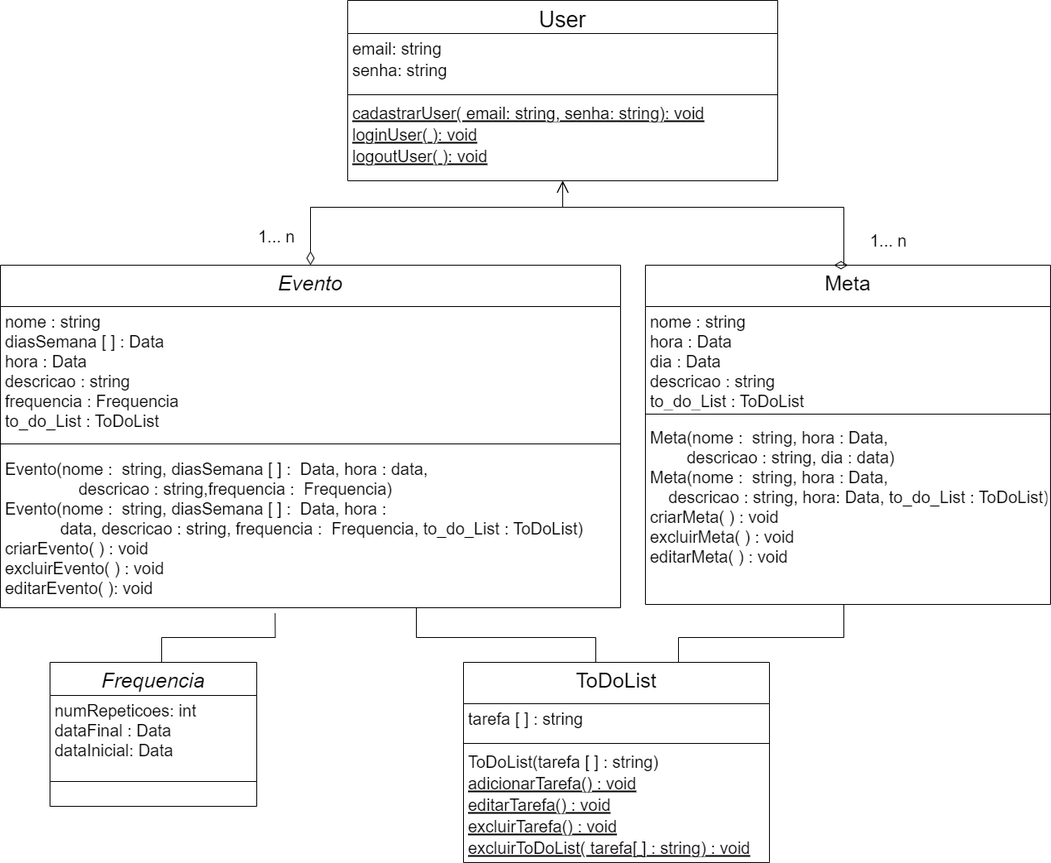
Before: docs/produto-projeto/diagrama-de-classes/FGAgenda_v1.drawio.png, a diagram exported from draw.io (TaynaraCris/2021.2-FGAgenda). Source tidied: cells renumbered, new cells last; positions are measured from the earlier drawing's top-left corner, leaving out a move shared by most shapes. Source of this version:
```xml
<mxGraphModel>
  <root>
    <mxCell id="0" />
    <mxCell id="1" parent="0" />
    <mxCell id="2" value="Evento" style="swimlane;fontStyle=2;align=center;verticalAlign=top;horizontal=1;startSize=50;rounded=0;shadow=0;strokeWidth=1;fontSize=25;" parent="1" vertex="1">
      <mxGeometry y="320" width="750" height="414" as="geometry" />
    </mxCell>
    <mxCell id="3" value="nome : string&#10;diasSemana [ ] : Data&#10;hora : Data&#10;descricao : string&#10;frequencia : Frequencia&#10;to_do_List : ToDoList" style="text;align=left;verticalAlign=top;spacingLeft=4;spacingRight=4;overflow=hidden;rounded=0;shadow=0;html=0;fontSize=20;" parent="2" vertex="1">
      <mxGeometry y="50" width="750" height="154" as="geometry" />
    </mxCell>
    <mxCell id="4" style="line;html=1;strokeWidth=1;align=left;verticalAlign=middle;spacingTop=-1;spacingLeft=3;spacingRight=3;labelPosition=right;fontSize=20;" parent="2" vertex="1">
      <mxGeometry y="204" width="750" height="24" as="geometry" />
    </mxCell>
    <mxCell id="5" value="Evento(nome :  string, diasSemana [ ] :  Data, hora : data, &#10;                descricao : string,frequencia :  Frequencia)&#10;Evento(nome :  string, diasSemana [ ] :  Data, hora : &#10;            data, descricao : string, frequencia :  Frequencia, to_do_List : ToDoList)&#10;criarEvento( ) : void&#10;excluirEvento( ) : void&#10;editarEvento( ): void" style="text;align=left;verticalAlign=top;spacingLeft=4;spacingRight=4;overflow=hidden;points=[[0,0.5],[1,0.5]];portConstraint=eastwest;fontSize=20;" parent="2" vertex="1">
      <mxGeometry y="228" width="750" height="186" as="geometry" />
    </mxCell>
    <mxCell id="6" value="ToDoList" style="swimlane;fontStyle=0;align=center;verticalAlign=top;horizontal=1;startSize=50;rounded=0;shadow=0;strokeWidth=1;fontSize=25;" parent="1" vertex="1">
      <mxGeometry x="560" y="800" width="370" height="242" as="geometry" />
    </mxCell>
    <mxCell id="7" value="tarefa [ ] : string " style="text;align=left;verticalAlign=top;spacingLeft=4;spacingRight=4;overflow=hidden;fontSize=20;" parent="6" vertex="1">
      <mxGeometry y="50" width="370" height="44" as="geometry" />
    </mxCell>
    <mxCell id="8" style="line;html=1;strokeWidth=1;align=left;verticalAlign=middle;spacingTop=-1;spacingLeft=3;spacingRight=3;labelPosition=right;fontSize=20;" parent="6" vertex="1">
      <mxGeometry y="94" width="370" height="8" as="geometry" />
    </mxCell>
    <mxCell id="9" value="ToDoList(tarefa [ ] : string)" style="text;align=left;verticalAlign=top;spacingLeft=4;spacingRight=4;overflow=hidden;fontStyle=0;fontSize=20;" parent="6" vertex="1">
      <mxGeometry y="102" width="370" height="26" as="geometry" />
    </mxCell>
    <mxCell id="10" value="adicionarTarefa() : void" style="text;align=left;verticalAlign=top;spacingLeft=4;spacingRight=4;overflow=hidden;fontStyle=4;fontSize=20;" parent="6" vertex="1">
      <mxGeometry y="128" width="370" height="26" as="geometry" />
    </mxCell>
    <mxCell id="11" value="editarTarefa() : void" style="text;align=left;verticalAlign=top;spacingLeft=4;spacingRight=4;overflow=hidden;fontStyle=4;fontSize=20;" parent="6" vertex="1">
      <mxGeometry y="154" width="370" height="26" as="geometry" />
    </mxCell>
    <mxCell id="12" value="excluirTarefa() : void" style="text;align=left;verticalAlign=top;spacingLeft=4;spacingRight=4;overflow=hidden;fontStyle=4;fontSize=20;" parent="6" vertex="1">
      <mxGeometry y="180" width="370" height="26" as="geometry" />
    </mxCell>
    <mxCell id="13" value="excluirToDoList( tarefa[ ] : string) : void" style="text;align=left;verticalAlign=top;spacingLeft=4;spacingRight=4;overflow=hidden;fontStyle=4;fontSize=20;" parent="6" vertex="1">
      <mxGeometry y="206" width="370" height="26" as="geometry" />
    </mxCell>
    <mxCell id="14" value="Meta" style="swimlane;fontStyle=0;align=center;verticalAlign=top;horizontal=1;startSize=50;rounded=0;shadow=0;strokeWidth=1;fontSize=25;" parent="1" vertex="1">
      <mxGeometry x="780" y="320" width="490" height="410" as="geometry" />
    </mxCell>
    <mxCell id="15" value="nome : string&#10;hora : Data&#10;dia : Data&#10;descricao : string&#10;to_do_List : ToDoList" style="text;align=left;verticalAlign=top;spacingLeft=4;spacingRight=4;overflow=hidden;fontSize=20;" parent="14" vertex="1">
      <mxGeometry y="50" width="490" height="120" as="geometry" />
    </mxCell>
    <mxCell id="16" style="line;html=1;strokeWidth=1;align=left;verticalAlign=middle;spacingTop=-1;spacingLeft=3;spacingRight=3;labelPosition=right;fontSize=20;" parent="14" vertex="1">
      <mxGeometry y="170" width="490" height="20" as="geometry" />
    </mxCell>
    <mxCell id="17" value="Meta(nome :  string, hora : Data, &#10;        descricao : string, dia : data)&#10;Meta(nome :  string, hora : Data, &#10;    descricao : string, hora: Data, to_do_List : ToDoList)&#10;criarMeta( ) : void&#10;excluirMeta( ) : void&#10;editarMeta( ) : void" style="text;align=left;verticalAlign=top;spacingLeft=4;spacingRight=4;overflow=hidden;fontSize=20;" parent="14" vertex="1">
      <mxGeometry y="190" width="490" height="174" as="geometry" />
    </mxCell>
    <mxCell id="18" value="User" style="swimlane;fontStyle=0;align=center;verticalAlign=top;horizontal=1;startSize=40;rounded=0;shadow=0;strokeWidth=1;fontSize=27;" parent="1" vertex="1">
      <mxGeometry x="420" width="520" height="218" as="geometry" />
    </mxCell>
    <mxCell id="19" value="email: string" style="text;align=left;verticalAlign=top;spacingLeft=4;spacingRight=4;overflow=hidden;fontSize=20;" parent="18" vertex="1">
      <mxGeometry y="40" width="520" height="26" as="geometry" />
    </mxCell>
    <mxCell id="20" value="senha: string" style="text;align=left;verticalAlign=top;spacingLeft=4;spacingRight=4;overflow=hidden;rounded=0;shadow=0;html=0;fontSize=20;" parent="18" vertex="1">
      <mxGeometry y="66" width="520" height="44" as="geometry" />
    </mxCell>
    <mxCell id="21" style="line;html=1;strokeWidth=1;align=left;verticalAlign=middle;spacingTop=-1;spacingLeft=3;spacingRight=3;labelPosition=right;fontSize=20;" parent="18" vertex="1">
      <mxGeometry y="110" width="520" height="8" as="geometry" />
    </mxCell>
    <mxCell id="22" value="cadastrarUser( email: string, senha: string): void" style="text;align=left;verticalAlign=top;spacingLeft=4;spacingRight=4;overflow=hidden;fontStyle=4;fontSize=20;" parent="18" vertex="1">
      <mxGeometry y="118" width="520" height="26" as="geometry" />
    </mxCell>
    <mxCell id="23" value="loginUser( ): void" style="text;align=left;verticalAlign=top;spacingLeft=4;spacingRight=4;overflow=hidden;fontStyle=4;fontSize=20;" parent="18" vertex="1">
      <mxGeometry y="144" width="520" height="26" as="geometry" />
    </mxCell>
    <mxCell id="24" value="logoutUser( ): void" style="text;align=left;verticalAlign=top;spacingLeft=4;spacingRight=4;overflow=hidden;fontStyle=4;fontSize=20;" parent="18" vertex="1">
      <mxGeometry y="170" width="520" height="48" as="geometry" />
    </mxCell>
    <mxCell id="25" value="Frequencia" style="swimlane;fontStyle=2;align=center;verticalAlign=top;horizontal=1;startSize=40;rounded=0;shadow=0;strokeWidth=1;fontSize=25;" parent="1" vertex="1">
      <mxGeometry x="60" y="800" width="250" height="174" as="geometry" />
    </mxCell>
    <mxCell id="26" value="numRepeticoes: int&#10;dataFinal : Data&#10;dataInicial: Data" style="text;align=left;verticalAlign=top;spacingLeft=4;spacingRight=4;overflow=hidden;rounded=0;shadow=0;html=0;fontSize=20;" parent="25" vertex="1">
      <mxGeometry y="40" width="250" height="74" as="geometry" />
    </mxCell>
    <mxCell id="27" style="line;html=1;strokeWidth=1;align=left;verticalAlign=middle;spacingTop=-1;spacingLeft=3;spacingRight=3;labelPosition=right;fontSize=20;" parent="25" vertex="1">
      <mxGeometry y="114" width="250" height="60" as="geometry" />
    </mxCell>
    <mxCell id="28" style="endArrow=none;html=1;edgeStyle=orthogonalEdgeStyle;rounded=0;exitX=0.75;exitY=0;exitDx=0;exitDy=0;entryX=0.5;entryY=1;entryDx=0;entryDy=0;fontSize=20;" parent="1" edge="1" source="6" target="14">
      <mxGeometry relative="1" as="geometry">
        <Array as="points">
          <mxPoint x="820" y="800" />
          <mxPoint x="820" y="770" />
          <mxPoint x="1020" y="770" />
        </Array>
      </mxGeometry>
    </mxCell>
    <mxCell id="29" style="endArrow=none;html=1;edgeStyle=orthogonalEdgeStyle;rounded=0;fontSize=20;" parent="1" edge="1" source="6">
      <mxGeometry relative="1" as="geometry">
        <mxPoint x="503" y="734" as="targetPoint" />
        <Array as="points">
          <mxPoint x="720" y="770" />
          <mxPoint x="503" y="770" />
          <mxPoint x="503" y="734" />
        </Array>
      </mxGeometry>
    </mxCell>
    <mxCell id="30" value="1... n" style="endArrow=open;html=1;endSize=12;startArrow=diamondThin;startSize=14;startFill=0;edgeStyle=orthogonalEdgeStyle;align=left;verticalAlign=bottom;rounded=0;entryX=0.5;entryY=1;entryDx=0;entryDy=0;exitX=0.5;exitY=0;exitDx=0;exitDy=0;fontSize=20;" parent="1" edge="1" source="2" target="18">
      <mxGeometry x="-0.9" y="65" relative="1" as="geometry">
        <Array as="points">
          <mxPoint x="375" y="250" />
          <mxPoint x="680" y="250" />
        </Array>
      </mxGeometry>
    </mxCell>
    <mxCell id="31" value="1... n" style="endArrow=open;html=1;endSize=12;startArrow=diamondThin;startSize=14;startFill=0;edgeStyle=orthogonalEdgeStyle;align=left;verticalAlign=bottom;rounded=0;exitX=0.5;exitY=0;exitDx=0;exitDy=0;entryX=0.5;entryY=1;entryDx=0;entryDy=0;fontSize=20;" parent="1" edge="1" source="14" target="18">
      <mxGeometry x="-0.91" y="-30" relative="1" as="geometry">
        <Array as="points">
          <mxPoint x="1020" y="250" />
          <mxPoint x="680" y="250" />
        </Array>
      </mxGeometry>
    </mxCell>
    <mxCell id="32" style="endArrow=none;html=1;edgeStyle=orthogonalEdgeStyle;rounded=0;fontSize=20;exitX=0.5;exitY=0;exitDx=0;exitDy=0;entryX=0.443;entryY=1.036;entryDx=0;entryDy=0;entryPerimeter=0;" parent="1" edge="1" source="25" target="5">
      <mxGeometry relative="1" as="geometry">
        <Array as="points">
          <mxPoint x="195" y="770" />
          <mxPoint x="332" y="770" />
        </Array>
      </mxGeometry>
    </mxCell>
  </root>
</mxGraphModel>
```
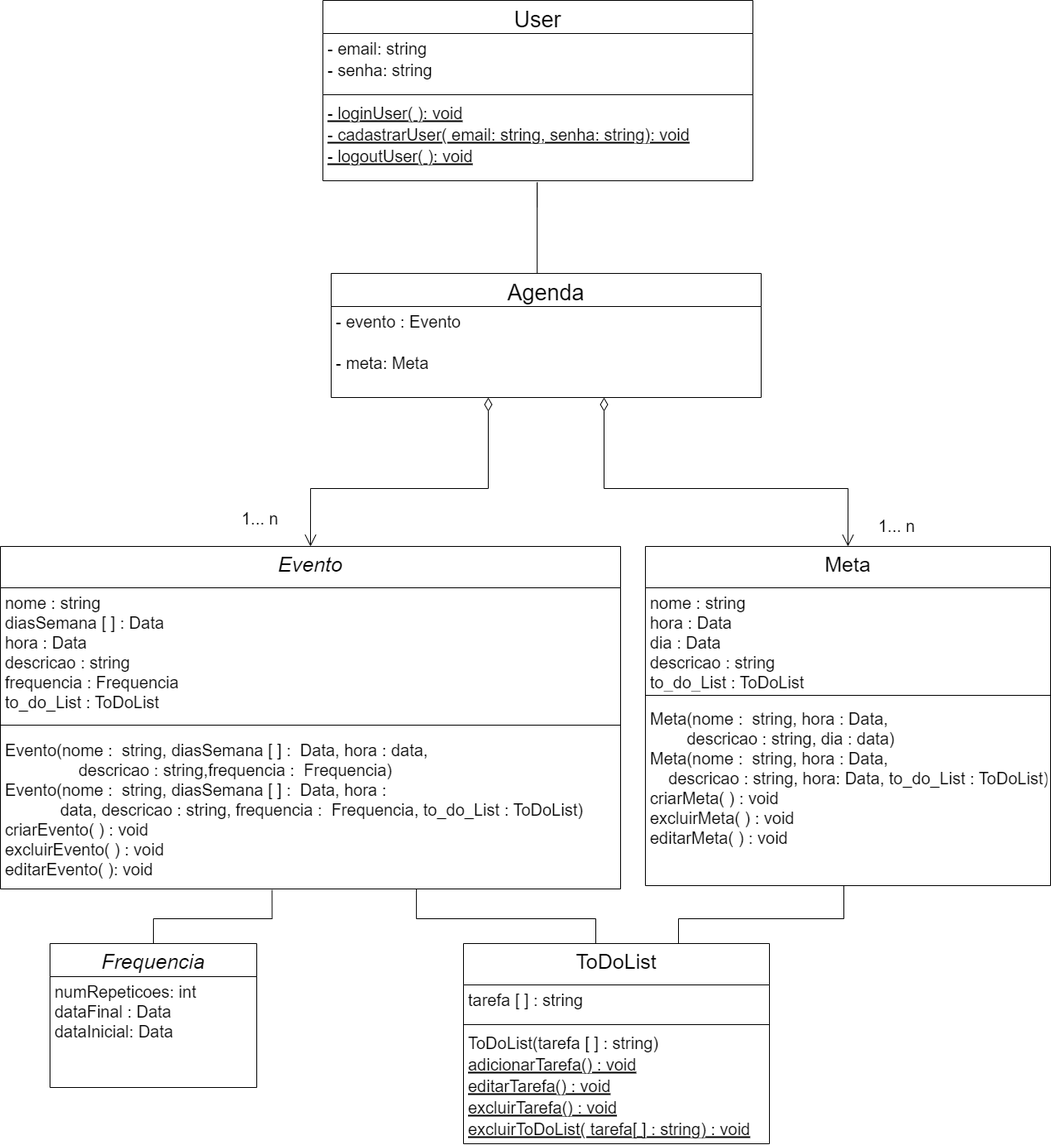
The same diagram one commit later.

Commit message:
atualizando diagrama de classes

What changed in the source:
```diff
@@ -51,24 +51,24 @@
       <mxGeometry y="190" width="490" height="174" as="geometry" />
     </mxCell>
     <mxCell id="18" value="User" style="swimlane;fontStyle=0;align=center;verticalAlign=top;horizontal=1;startSize=40;rounded=0;shadow=0;strokeWidth=1;fontSize=27;" parent="1" vertex="1">
-      <mxGeometry x="420" width="520" height="218" as="geometry" />
+      <mxGeometry x="390" y="-340" width="520" height="218" as="geometry" />
     </mxCell>
-    <mxCell id="19" value="email: string" style="text;align=left;verticalAlign=top;spacingLeft=4;spacingRight=4;overflow=hidden;fontSize=20;" parent="18" vertex="1">
+    <mxCell id="19" value="- email: string" style="text;align=left;verticalAlign=top;spacingLeft=4;spacingRight=4;overflow=hidden;fontSize=20;" parent="18" vertex="1">
       <mxGeometry y="40" width="520" height="26" as="geometry" />
     </mxCell>
-    <mxCell id="20" value="senha: string" style="text;align=left;verticalAlign=top;spacingLeft=4;spacingRight=4;overflow=hidden;rounded=0;shadow=0;html=0;fontSize=20;" parent="18" vertex="1">
+    <mxCell id="20" value="- senha: string" style="text;align=left;verticalAlign=top;spacingLeft=4;spacingRight=4;overflow=hidden;rounded=0;shadow=0;html=0;fontSize=20;" parent="18" vertex="1">
       <mxGeometry y="66" width="520" height="44" as="geometry" />
     </mxCell>
     <mxCell id="21" style="line;html=1;strokeWidth=1;align=left;verticalAlign=middle;spacingTop=-1;spacingLeft=3;spacingRight=3;labelPosition=right;fontSize=20;" parent="18" vertex="1">
       <mxGeometry y="110" width="520" height="8" as="geometry" />
     </mxCell>
+    <mxCell id="23" value="- loginUser( ): void" style="text;align=left;verticalAlign=top;spacingLeft=4;spacingRight=4;overflow=hidden;fontStyle=4;fontSize=20;" parent="18" vertex="1">
+      <mxGeometry y="118" width="520" height="26" as="geometry" />
+    </mxCell>
-    <mxCell id="22" value="cadastrarUser( email: string, senha: string): void" style="text;align=left;verticalAlign=top;spacingLeft=4;spacingRight=4;overflow=hidden;fontStyle=4;fontSize=20;" parent="18" vertex="1">
-      <mxGeometry y="118" width="520" height="26" as="geometry" />
+    <mxCell id="22" value="- cadastrarUser( email: string, senha: string): void" style="text;align=left;verticalAlign=top;spacingLeft=4;spacingRight=4;overflow=hidden;fontStyle=4;fontSize=20;" parent="18" vertex="1">
+      <mxGeometry y="144" width="520" height="26" as="geometry" />
     </mxCell>
-    <mxCell id="23" value="loginUser( ): void" style="text;align=left;verticalAlign=top;spacingLeft=4;spacingRight=4;overflow=hidden;fontStyle=4;fontSize=20;" parent="18" vertex="1">
-      <mxGeometry y="144" width="520" height="26" as="geometry" />
-    </mxCell>
-    <mxCell id="24" value="logoutUser( ): void" style="text;align=left;verticalAlign=top;spacingLeft=4;spacingRight=4;overflow=hidden;fontStyle=4;fontSize=20;" parent="18" vertex="1">
+    <mxCell id="24" value="- logoutUser( ): void" style="text;align=left;verticalAlign=top;spacingLeft=4;spacingRight=4;overflow=hidden;fontStyle=4;fontSize=20;" parent="18" vertex="1">
       <mxGeometry y="170" width="520" height="48" as="geometry" />
     </mxCell>
     <mxCell id="25" value="Frequencia" style="swimlane;fontStyle=2;align=center;verticalAlign=top;horizontal=1;startSize=40;rounded=0;shadow=0;strokeWidth=1;fontSize=25;" parent="1" vertex="1">
@@ -77,9 +77,6 @@
     <mxCell id="26" value="numRepeticoes: int&#10;dataFinal : Data&#10;dataInicial: Data" style="text;align=left;verticalAlign=top;spacingLeft=4;spacingRight=4;overflow=hidden;rounded=0;shadow=0;html=0;fontSize=20;" parent="25" vertex="1">
       <mxGeometry y="40" width="250" height="74" as="geometry" />
     </mxCell>
-    <mxCell id="27" style="line;html=1;strokeWidth=1;align=left;verticalAlign=middle;spacingTop=-1;spacingLeft=3;spacingRight=3;labelPosition=right;fontSize=20;" parent="25" vertex="1">
-      <mxGeometry y="114" width="250" height="60" as="geometry" />
-    </mxCell>
     <mxCell id="28" style="endArrow=none;html=1;edgeStyle=orthogonalEdgeStyle;rounded=0;exitX=0.75;exitY=0;exitDx=0;exitDy=0;entryX=0.5;entryY=1;entryDx=0;entryDy=0;fontSize=20;" parent="1" edge="1" source="6" target="14">
       <mxGeometry relative="1" as="geometry">
         <Array as="points">
@@ -99,29 +96,49 @@
         </Array>
       </mxGeometry>
     </mxCell>
-    <mxCell id="30" value="1... n" style="endArrow=open;html=1;endSize=12;startArrow=diamondThin;startSize=14;startFill=0;edgeStyle=orthogonalEdgeStyle;align=left;verticalAlign=bottom;rounded=0;entryX=0.5;entryY=1;entryDx=0;entryDy=0;exitX=0.5;exitY=0;exitDx=0;exitDy=0;fontSize=20;" parent="1" edge="1" source="2" target="18">
-      <mxGeometry x="-0.9" y="65" relative="1" as="geometry">
+    <mxCell id="30" value="1... n" style="endArrow=open;html=1;endSize=12;startArrow=diamondThin;startSize=14;startFill=0;edgeStyle=orthogonalEdgeStyle;align=left;verticalAlign=bottom;rounded=0;fontSize=20;entryX=0.5;entryY=0;entryDx=0;entryDy=0;" parent="1" edge="1" target="2">
+      <mxGeometry x="0.91" y="-85" relative="1" as="geometry">
+        <mxPoint x="590" y="140" as="sourcePoint" />
         <Array as="points">
+          <mxPoint x="590" y="250" />
           <mxPoint x="375" y="250" />
-          <mxPoint x="680" y="250" />
         </Array>
       </mxGeometry>
     </mxCell>
-    <mxCell id="31" value="1... n" style="endArrow=open;html=1;endSize=12;startArrow=diamondThin;startSize=14;startFill=0;edgeStyle=orthogonalEdgeStyle;align=left;verticalAlign=bottom;rounded=0;exitX=0.5;exitY=0;exitDx=0;exitDy=0;entryX=0.5;entryY=1;entryDx=0;entryDy=0;fontSize=20;" parent="1" edge="1" source="14" target="18">
-      <mxGeometry x="-0.91" y="-30" relative="1" as="geometry">
+    <mxCell id="31" value="1... n" style="endArrow=open;html=1;endSize=12;startArrow=diamondThin;startSize=14;startFill=0;edgeStyle=orthogonalEdgeStyle;align=left;verticalAlign=bottom;rounded=0;fontSize=20;entryX=0.5;entryY=0;entryDx=0;entryDy=0;" parent="1" edge="1" target="14">
+      <mxGeometry x="0.96" y="35" relative="1" as="geometry">
+        <mxPoint x="730" y="140" as="sourcePoint" />
         <Array as="points">
-          <mxPoint x="1020" y="250" />
-          <mxPoint x="680" y="250" />
+          <mxPoint x="730" y="250" />
+          <mxPoint x="1025" y="250" />
         </Array>
       </mxGeometry>
     </mxCell>
-    <mxCell id="32" style="endArrow=none;html=1;edgeStyle=orthogonalEdgeStyle;rounded=0;fontSize=20;exitX=0.5;exitY=0;exitDx=0;exitDy=0;entryX=0.443;entryY=1.036;entryDx=0;entryDy=0;entryPerimeter=0;" parent="1" edge="1" source="25" target="5">
+    <mxCell id="32" style="endArrow=none;html=1;edgeStyle=orthogonalEdgeStyle;rounded=0;fontSize=20;exitX=0.5;exitY=0;exitDx=0;exitDy=0;entryX=0.438;entryY=1.007;entryDx=0;entryDy=0;entryPerimeter=0;" parent="1" edge="1" source="25" target="5">
       <mxGeometry relative="1" as="geometry">
         <Array as="points">
-          <mxPoint x="195" y="770" />
-          <mxPoint x="332" y="770" />
+          <mxPoint x="185" y="770" />
+          <mxPoint x="329" y="770" />
         </Array>
       </mxGeometry>
     </mxCell>
+    <mxCell id="33" value="Agenda" style="swimlane;fontStyle=0;align=center;verticalAlign=top;horizontal=1;startSize=40;rounded=0;shadow=0;strokeWidth=1;fontSize=27;" parent="1" vertex="1">
+      <mxGeometry x="400" y="-10" width="520" height="150" as="geometry" />
+    </mxCell>
+    <mxCell id="34" value="- evento : Evento" style="text;align=left;verticalAlign=top;spacingLeft=4;spacingRight=4;overflow=hidden;fontSize=20;" parent="33" vertex="1">
+      <mxGeometry y="40" width="520" height="50" as="geometry" />
+    </mxCell>
+    <mxCell id="35" value="- meta: Meta" style="text;align=left;verticalAlign=top;spacingLeft=4;spacingRight=4;overflow=hidden;rounded=0;shadow=0;html=0;fontSize=20;" parent="33" vertex="1">
+      <mxGeometry y="90" width="520" height="40" as="geometry" />
+    </mxCell>
+    <mxCell id="36" style="endArrow=none;html=1;edgeStyle=orthogonalEdgeStyle;rounded=0;fontSize=20;" parent="1" edge="1">
+      <mxGeometry relative="1" as="geometry">
+        <mxPoint x="649.1" y="-10" as="sourcePoint" />
+        <mxPoint x="649.1" y="-90" as="targetPoint" />
+        <Array as="points">
+          <mxPoint x="649.1" y="-120" />
+        </Array>
+      </mxGeometry>
+    </mxCell>
   </root>
 </mxGraphModel>
```
